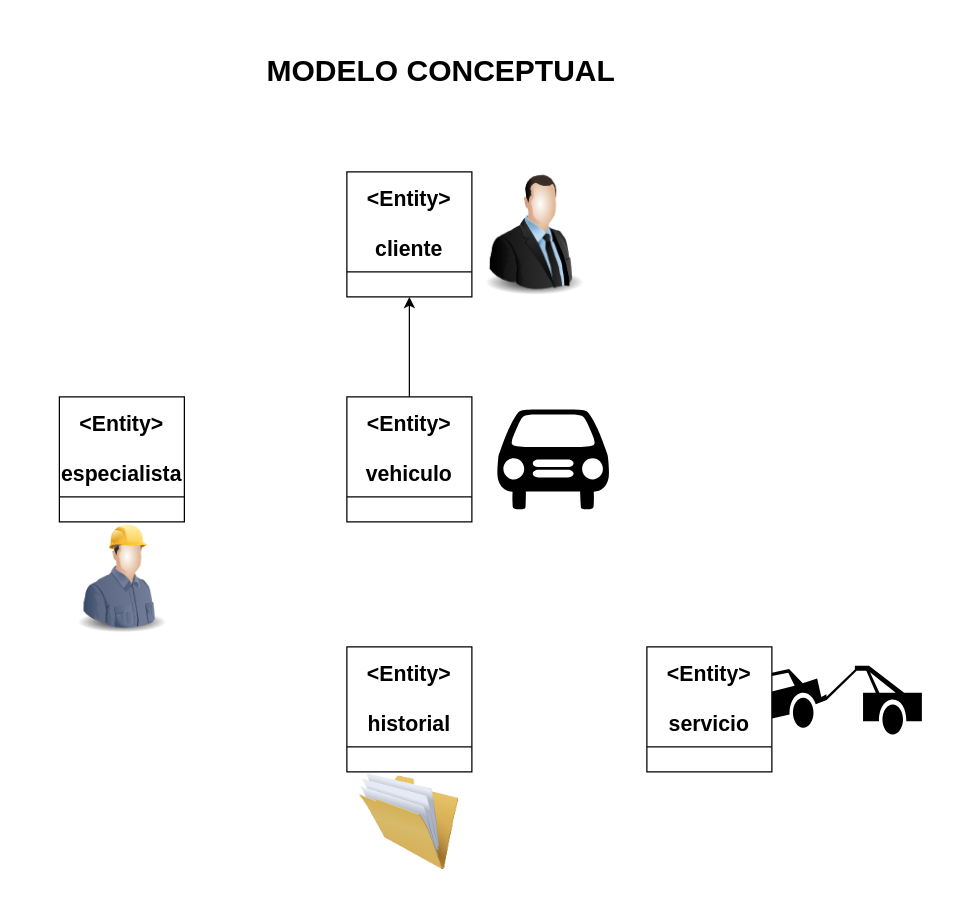
The draw.io diagram Diagrama sin título.drawio in Proyecto-Imaster-Ciclo-3/MultiserviciosGlobalCar, before the edit. Source tidied: cells renumbered, new cells numbered last; positions are measured from the earlier drawing's top-left corner, leaving out a move shared by most shapes. Both pictures are drawn from the tidied source at 125%, with x=0, y=0 at pixel (59, 46).
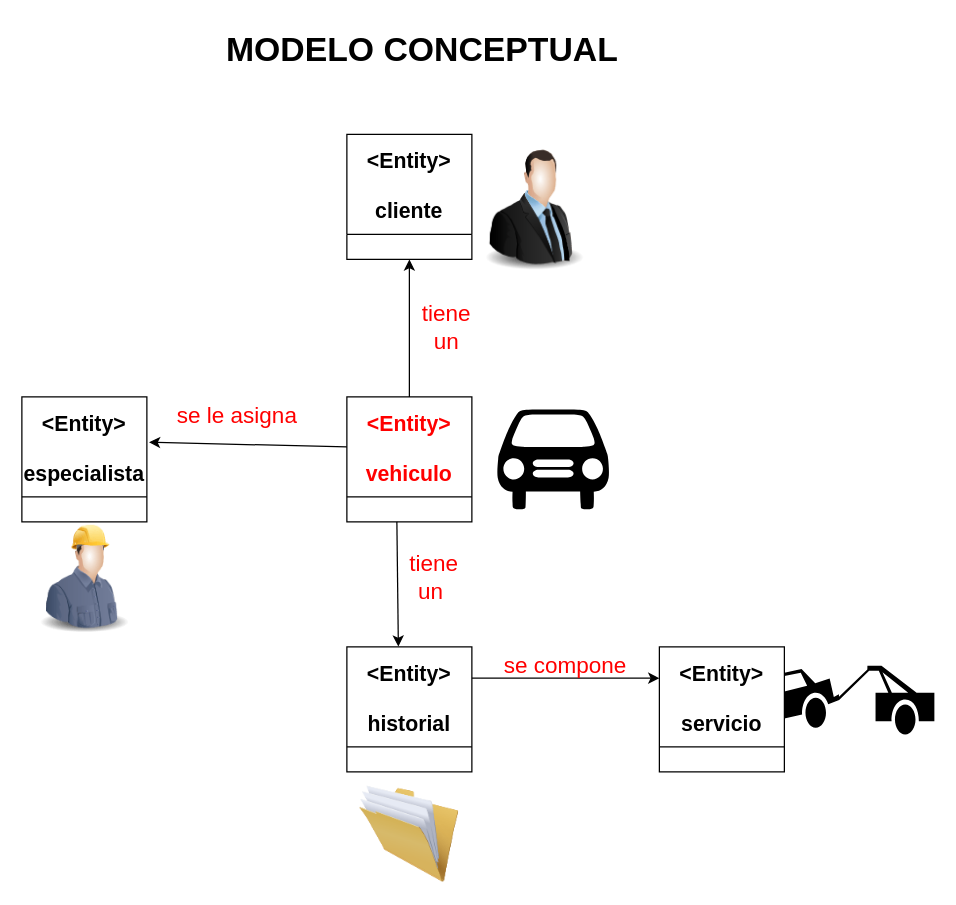
After the change.

The change refers to these unchanged cells:
```xml
<mxCell id="5" value="&lt;Entity&gt;&#10;&#10;historial" style="swimlane;fontStyle=1;horizontal=1;startSize=80;fillColor=#ffffff;swimlaneFillColor=#ffffff;fontSize=17;" parent="1" vertex="1">
  <mxGeometry x="230" y="480" width="100" height="100" as="geometry" />
</mxCell>
```

The edit, as a diff of the source:
```diff
@@
-    <mxCell id="2" value="&lt;Entity&gt;&#10;&#10;vehiculo" style="swimlane;fontStyle=1;horizontal=1;startSize=80;fillColor=#ffffff;swimlaneFillColor=#ffffff;fontSize=17;" parent="1" vertex="1">
+    <mxCell id="2" value="&lt;Entity&gt;&#10;&#10;vehiculo" style="swimlane;fontStyle=1;horizontal=1;startSize=80;fillColor=#ffffff;swimlaneFillColor=#ffffff;fontSize=17;fontColor=#FF0000;" parent="1" vertex="1">
       <mxGeometry x="230" y="280" width="100" height="100" as="geometry" />
     </mxCell>
     <mxCell id="3" value="&lt;Entity&gt;&#10;&#10;cliente" style="swimlane;fontStyle=1;horizontal=1;startSize=80;fillColor=#ffffff;swimlaneFillColor=#ffffff;fontSize=17;" parent="1" vertex="1">
-      <mxGeometry x="230" y="100" width="100" height="100" as="geometry" />
+      <mxGeometry x="230" y="70" width="100" height="100" as="geometry" />
     </mxCell>
     <mxCell id="4" value="&lt;Entity&gt;&#10;&#10;especialista" style="swimlane;fontStyle=1;horizontal=1;startSize=80;fillColor=#ffffff;swimlaneFillColor=#ffffff;fontSize=17;" parent="1" vertex="1">
-      <mxGeometry y="280" width="100" height="100" as="geometry" />
+      <mxGeometry x="-30" y="280" width="100" height="100" as="geometry" />
     </mxCell>
@@
     <mxCell id="6" value="&lt;Entity&gt;&#10;&#10;servicio" style="swimlane;fontStyle=1;horizontal=1;startSize=80;fillColor=#ffffff;swimlaneFillColor=#ffffff;fontSize=17;" parent="1" vertex="1">
-      <mxGeometry x="470" y="480" width="100" height="100" as="geometry" />
+      <mxGeometry x="480" y="480" width="100" height="100" as="geometry" />
     </mxCell>
@@
     <mxCell id="8" style="shape=mxgraph.signs.transportation.tow_away;html=1;fillColor=#000000;strokeColor=none;verticalLabelPosition=bottom;verticalAlign=top;align=center;sketch=0;fontSize=16;" parent="1" vertex="1">
-      <mxGeometry x="570" y="495" width="120" height="55" as="geometry" />
+      <mxGeometry x="580" y="495" width="120" height="55" as="geometry" />
     </mxCell>
     <mxCell id="9" style="image;html=1;image=img/lib/clip_art/people/Suit_Man_128x128.png;fontSize=16;" parent="1" vertex="1">
-      <mxGeometry x="330" y="100" width="100" height="100" as="geometry" />
+      <mxGeometry x="330" y="80" width="100" height="100" as="geometry" />
     </mxCell>
     <mxCell id="10" style="image;html=1;image=img/lib/clip_art/people/Construction_Worker_Man_128x128.png;fontSize=16;" parent="1" vertex="1">
-      <mxGeometry y="380" width="100" height="90" as="geometry" />
+      <mxGeometry x="-30" y="380" width="100" height="90" as="geometry" />
     </mxCell>
     <mxCell id="11" style="image;html=1;image=img/lib/clip_art/general/Full_Folder_128x128.png;fontSize=16;" parent="1" vertex="1">
-      <mxGeometry x="240" y="580" width="80" height="80" as="geometry" />
+      <mxGeometry x="240" y="590" width="80" height="80" as="geometry" />
     </mxCell>
@@
-    <mxCell id="13" value="MODELO CONCEPTUAL" style="text;strokeColor=none;fillColor=none;html=1;fontSize=24;fontStyle=1;verticalAlign=middle;align=center;" parent="1" vertex="1">
-      <mxGeometry x="180" width="250" height="40" as="geometry" />
+    <mxCell id="13" value="MODELO CONCEPTUAL" style="text;strokeColor=none;fillColor=none;html=1;fontSize=27;fontStyle=1;verticalAlign=middle;align=center;" parent="1" vertex="1">
+      <mxGeometry x="110" y="-20" width="360" height="45" as="geometry" />
     </mxCell>
+    <mxCell id="14" style="endArrow=classic;html=1;rounded=0;fontSize=27;fontColor=#FF0000;entryX=1.017;entryY=0.363;entryDx=0;entryDy=0;entryPerimeter=0;exitX=0;exitY=0.4;exitDx=0;exitDy=0;exitPerimeter=0;" parent="1" edge="1" source="2" target="4">
+      <mxGeometry relative="1" as="geometry" />
+    </mxCell>
+    <mxCell id="15" style="endArrow=classic;html=1;rounded=0;fontSize=27;fontColor=#FF0000;entryX=0.412;entryY=-0.002;entryDx=0;entryDy=0;entryPerimeter=0;" parent="1" edge="1" target="5">
+      <mxGeometry relative="1" as="geometry">
+        <mxPoint x="270" y="380" as="sourcePoint" />
+      </mxGeometry>
+    </mxCell>
+    <mxCell id="16" style="endArrow=classic;html=1;rounded=0;fontSize=27;fontColor=#FF0000;entryX=0;entryY=0.25;entryDx=0;entryDy=0;exitX=1;exitY=0.25;exitDx=0;exitDy=0;" parent="1" edge="1" source="5" target="6">
+      <mxGeometry relative="1" as="geometry" />
+    </mxCell>
+    <mxCell id="17" value="se compone" style="text;html=1;strokeColor=none;fillColor=none;align=center;verticalAlign=middle;whiteSpace=wrap;rounded=0;fontSize=18;fontColor=#FF0000;" parent="1" vertex="1">
+      <mxGeometry x="350" y="480" width="110" height="30" as="geometry" />
+    </mxCell>
+    <mxCell id="18" value="tiene un&amp;nbsp;" style="text;html=1;strokeColor=none;fillColor=none;align=center;verticalAlign=middle;whiteSpace=wrap;rounded=0;fontSize=18;fontColor=#FF0000;" parent="1" vertex="1">
+      <mxGeometry x="270" y="410" width="60" height="30" as="geometry" />
+    </mxCell>
+    <mxCell id="19" value="se le asigna&amp;nbsp;" style="text;html=1;strokeColor=none;fillColor=none;align=center;verticalAlign=middle;whiteSpace=wrap;rounded=0;fontSize=18;fontColor=#FF0000;" parent="1" vertex="1">
+      <mxGeometry x="80" y="280" width="130" height="30" as="geometry" />
+    </mxCell>
+    <mxCell id="20" value="tiene un" style="text;html=1;strokeColor=none;fillColor=none;align=center;verticalAlign=middle;whiteSpace=wrap;rounded=0;fontSize=18;fontColor=#FF0000;" parent="1" vertex="1">
+      <mxGeometry x="280" y="210" width="60" height="30" as="geometry" />
+    </mxCell>
```
